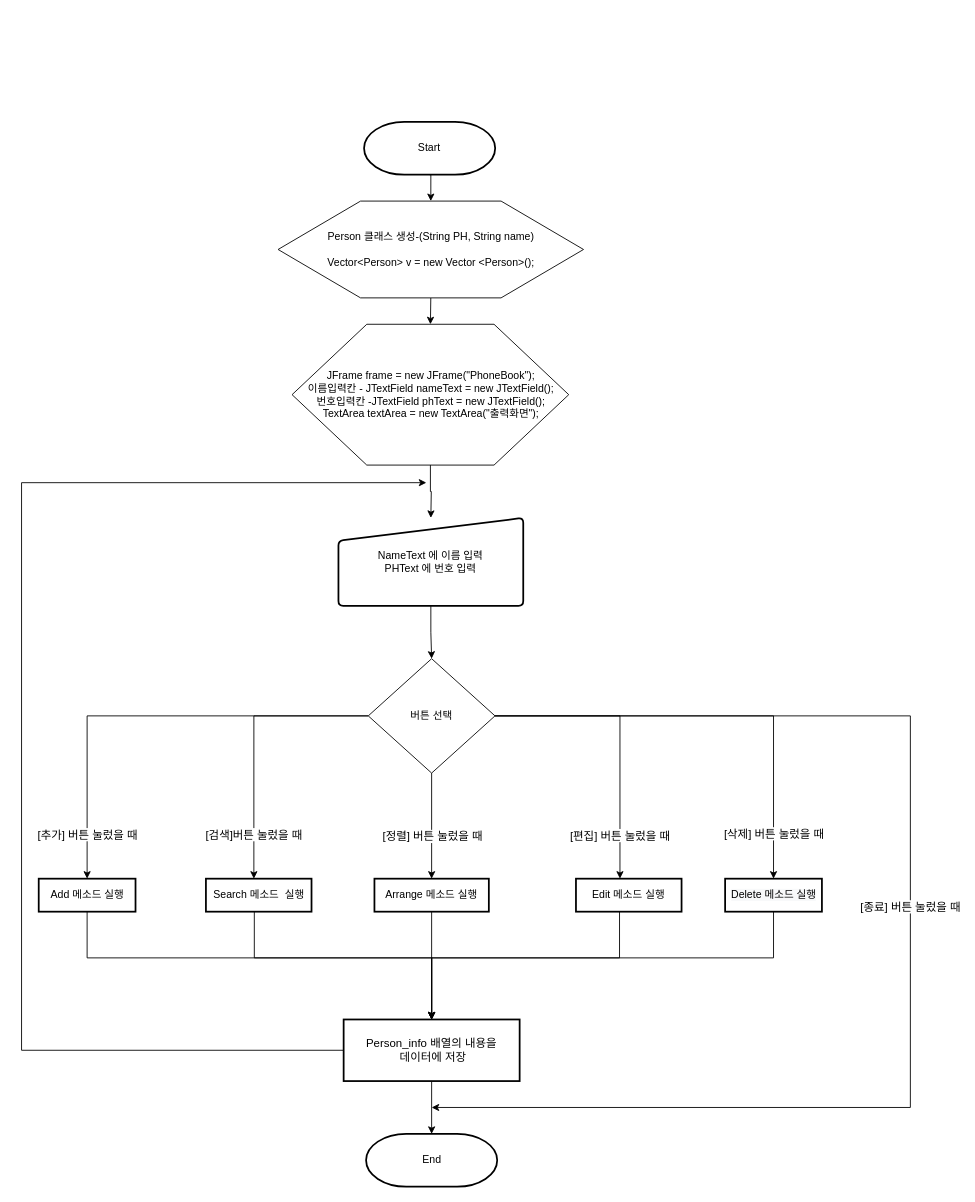
Before: 순서도/전화번호관리부 main 함수 순서도_Java.drawio in skatld123/PH_list_java, a draw.io diagram. Source tidied: cells renumbered, new cells numbered last; positions are measured from the earlier drawing's top-left corner, leaving out a move shared by most shapes. Both pictures are drawn from the tidied source at 88%, with x=0, y=0 at pixel (21, 121).
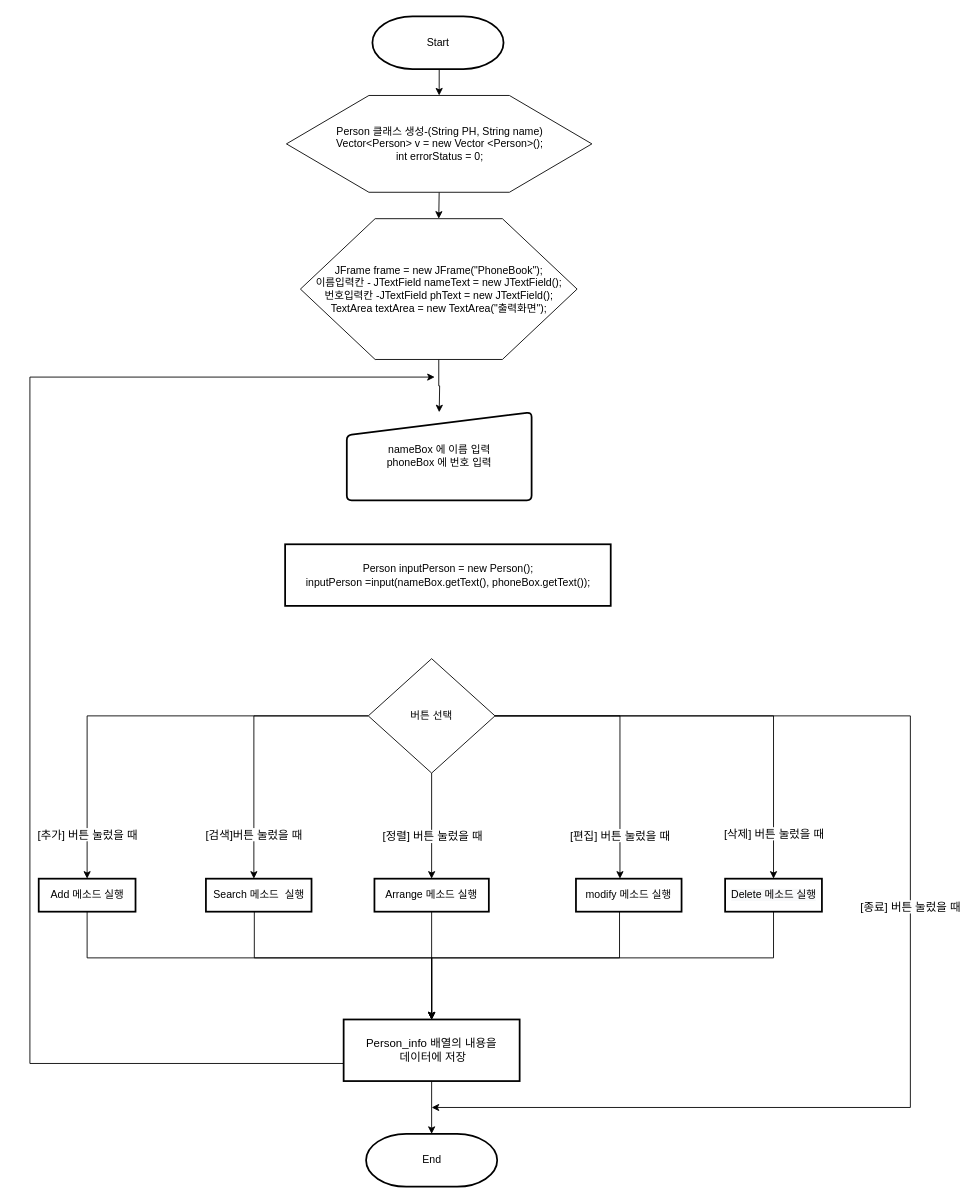
Above is the later version.

Commit message:
전화번호관리부 main 함수 순서도_Java.drawio 업데이트

Unchanged cells that the change refers to:
```xml
<mxCell id="22" value="Person_info 배열의 내용을&lt;br&gt;&amp;nbsp;데이터에 저장" style="rounded=1;whiteSpace=wrap;html=1;absoluteArcSize=1;arcSize=0;strokeWidth=2;fontSize=13;" parent="1" vertex="1">
  <mxGeometry x="366" y="1020" width="200" height="70" as="geometry" />
</mxCell>
<mxCell id="32" value="버튼 선택" style="rhombus;whiteSpace=wrap;html=1;" parent="1" vertex="1">
  <mxGeometry x="394" y="610" width="144" height="130" as="geometry" />
</mxCell>
```

Change to the diagram source:
```diff
@@
     <mxCell id="2" style="edgeStyle=orthogonalEdgeStyle;rounded=0;jettySize=auto;html=1;exitX=0.5;exitY=1;exitDx=0;exitDy=0;entryX=0.5;entryY=0;entryDx=0;entryDy=0;" parent="1" edge="1" source="34">
       <mxGeometry relative="1" as="geometry">
-        <mxPoint x="465.1" y="450" as="targetPoint" />
+        <mxPoint x="474.6" y="330" as="targetPoint" />
       </mxGeometry>
     </mxCell>
@@
     <mxCell id="4" value="Start" style="strokeWidth=2;html=1;shape=mxgraph.flowchart.terminator;whiteSpace=wrap;" parent="1" vertex="1">
-      <mxGeometry x="389.2" width="149" height="60" as="geometry" />
+      <mxGeometry x="398.7" y="-120" width="149" height="60" as="geometry" />
     </mxCell>
@@
-    <mxCell id="6" value="Person 클래스 생성-(String PH, String name)&lt;br&gt;&lt;br&gt;Vector&amp;lt;Person&amp;gt; v = new Vector &amp;lt;Person&amp;gt;();" style="verticalLabelPosition=middle;verticalAlign=middle;html=1;shape=hexagon;perimeter=hexagonPerimeter2;arcSize=6;size=0.27;labelPosition=center;align=center;" parent="1" vertex="1">
-      <mxGeometry x="291.5" y="90" width="347.1" height="110" as="geometry" />
+    <mxCell id="6" value="Person 클래스 생성-(String PH, String name)&lt;br&gt;Vector&amp;lt;Person&amp;gt; v = new Vector &amp;lt;Person&amp;gt;();&lt;br&gt;int errorStatus = 0;" style="verticalLabelPosition=middle;verticalAlign=middle;html=1;shape=hexagon;perimeter=hexagonPerimeter2;arcSize=6;size=0.27;labelPosition=center;align=center;" parent="1" vertex="1">
+      <mxGeometry x="301" y="-30" width="347.1" height="110" as="geometry" />
     </mxCell>
-    <mxCell id="7" style="edgeStyle=orthogonalEdgeStyle;rounded=0;jettySize=auto;html=1;fontSize=13;exitX=0.5;exitY=1;exitDx=0;exitDy=0;" parent="1" edge="1" source="33" target="32">
-      <mxGeometry relative="1" as="geometry" />
-    </mxCell>
@@
-    <mxCell id="15" value="Edit 메소드&amp;nbsp;실행" style="rounded=1;whiteSpace=wrap;html=1;absoluteArcSize=1;arcSize=0;strokeWidth=2;" parent="1" vertex="1">
+    <mxCell id="15" value="modify 메소드&amp;nbsp;실행" style="rounded=1;whiteSpace=wrap;html=1;absoluteArcSize=1;arcSize=0;strokeWidth=2;" parent="1" vertex="1">
       <mxGeometry x="630" y="860" width="120" height="37.5" as="geometry" />
     </mxCell>
@@
     <mxCell id="21" style="edgeStyle=orthogonalEdgeStyle;rounded=0;jettySize=auto;html=1;exitX=0;exitY=0.5;exitDx=0;exitDy=0;fontSize=13;" parent="1" edge="1" source="22">
       <mxGeometry relative="1" as="geometry">
-        <mxPoint x="460" y="410" as="targetPoint" />
+        <mxPoint x="469.5" y="290" as="targetPoint" />
         <Array as="points">
-          <mxPoint y="1055" />
-          <mxPoint y="410" />
+          <mxPoint x="366.5" y="1070" />
+          <mxPoint x="9.5" y="1070" />
+          <mxPoint x="9.5" y="290" />
         </Array>
       </mxGeometry>
     </mxCell>
@@
-    <mxCell id="33" value="&lt;span style=&quot;font-size: 12px;&quot;&gt;NameText 에 이름 입력&lt;br style=&quot;font-size: 12px;&quot;&gt;PHText 에 번호 입력&lt;br style=&quot;font-size: 12px;&quot;&gt;&lt;/span&gt;" style="html=1;strokeWidth=2;shape=manualInput;whiteSpace=wrap;rounded=1;size=26;arcSize=11;fontSize=12;" parent="1" vertex="1">
-      <mxGeometry x="360.1" y="450" width="210" height="100" as="geometry" />
+    <mxCell id="33" value="&lt;span style=&quot;font-size: 12px&quot;&gt;nameBox 에 이름 입력&lt;br style=&quot;font-size: 12px&quot;&gt;phoneBox 에 번호 입력&lt;br style=&quot;font-size: 12px&quot;&gt;&lt;/span&gt;" style="html=1;strokeWidth=2;shape=manualInput;whiteSpace=wrap;rounded=1;size=26;arcSize=11;fontSize=12;" parent="1" vertex="1">
+      <mxGeometry x="369.6" y="330" width="210" height="100" as="geometry" />
     </mxCell>
     <mxCell id="34" value="JFrame frame = new JFrame(&quot;PhoneBook&quot;);&lt;br&gt;이름입력칸 - JTextField nameText = new JTextField();&lt;br&gt;번호입력칸 -JTextField phText = new JTextField();&lt;br&gt;TextArea textArea = new TextArea(&quot;출력화면&quot;);" style="verticalLabelPosition=middle;verticalAlign=middle;html=1;shape=hexagon;perimeter=hexagonPerimeter2;arcSize=6;size=0.27;labelPosition=center;align=center;" parent="1" vertex="1">
-      <mxGeometry x="307.4" y="230" width="314.4" height="160" as="geometry" />
+      <mxGeometry x="316.9" y="110" width="314.4" height="160" as="geometry" />
     </mxCell>
+    <mxCell id="35" value="&lt;span style=&quot;font-size: 12px&quot;&gt;Person inputPerson = new Person();&lt;br&gt;&lt;/span&gt;&lt;span style=&quot;font-size: 12px&quot;&gt;inputPerson&amp;nbsp;&lt;/span&gt;&lt;span style=&quot;font-size: 12px&quot;&gt;=input(nameBox.getText(), phoneBox.getText());&lt;/span&gt;" style="rounded=1;whiteSpace=wrap;html=1;absoluteArcSize=1;arcSize=0;strokeWidth=2;fontSize=13;" parent="1" vertex="1">
+      <mxGeometry x="299.5" y="480" width="370" height="70" as="geometry" />
+    </mxCell>
```
